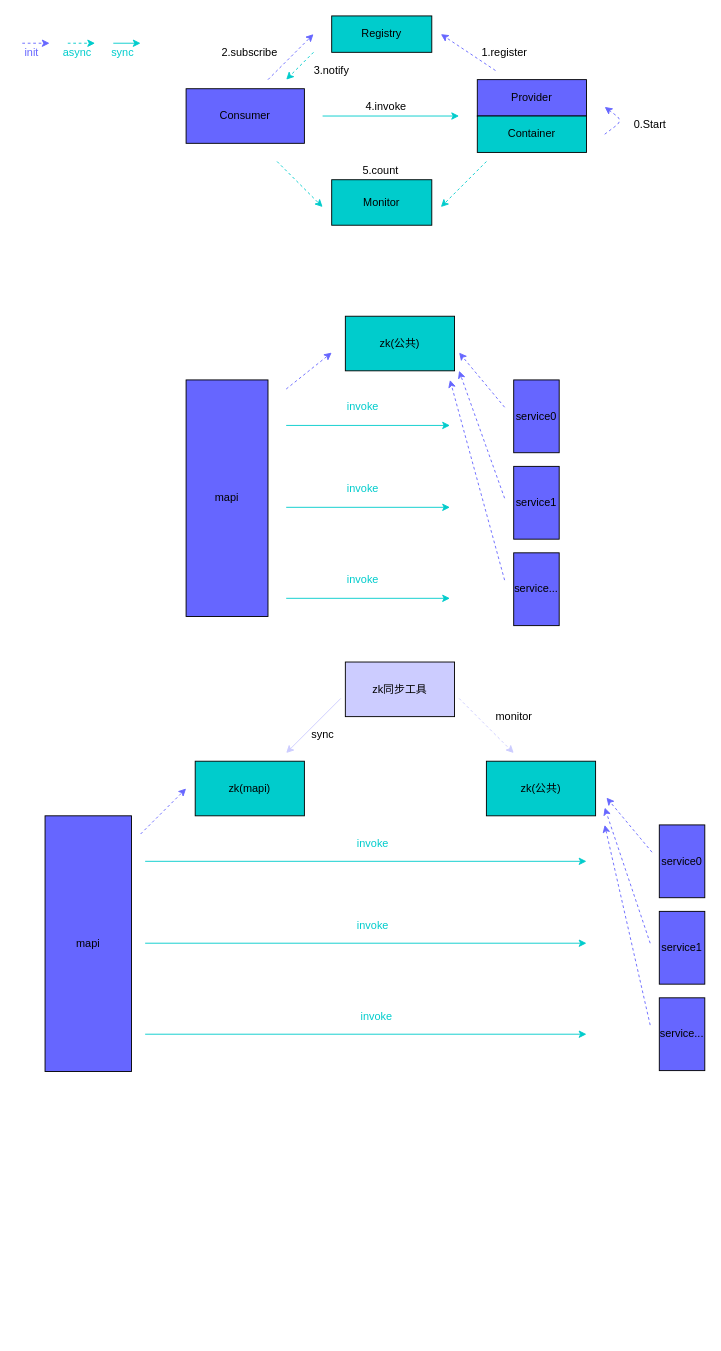
learningInnovativetigers/attemp keeps this draw.io diagram as attempt/Untitled Diagram.drawio. Above is the earlier version. Source tidied: cells renumbered, new cells numbered last; positions are measured from the earlier drawing's top-left corner, leaving out a move shared by most shapes. Both pictures are drawn from the tidied source at 91%, with x=0, y=0 at pixel (17, 15).
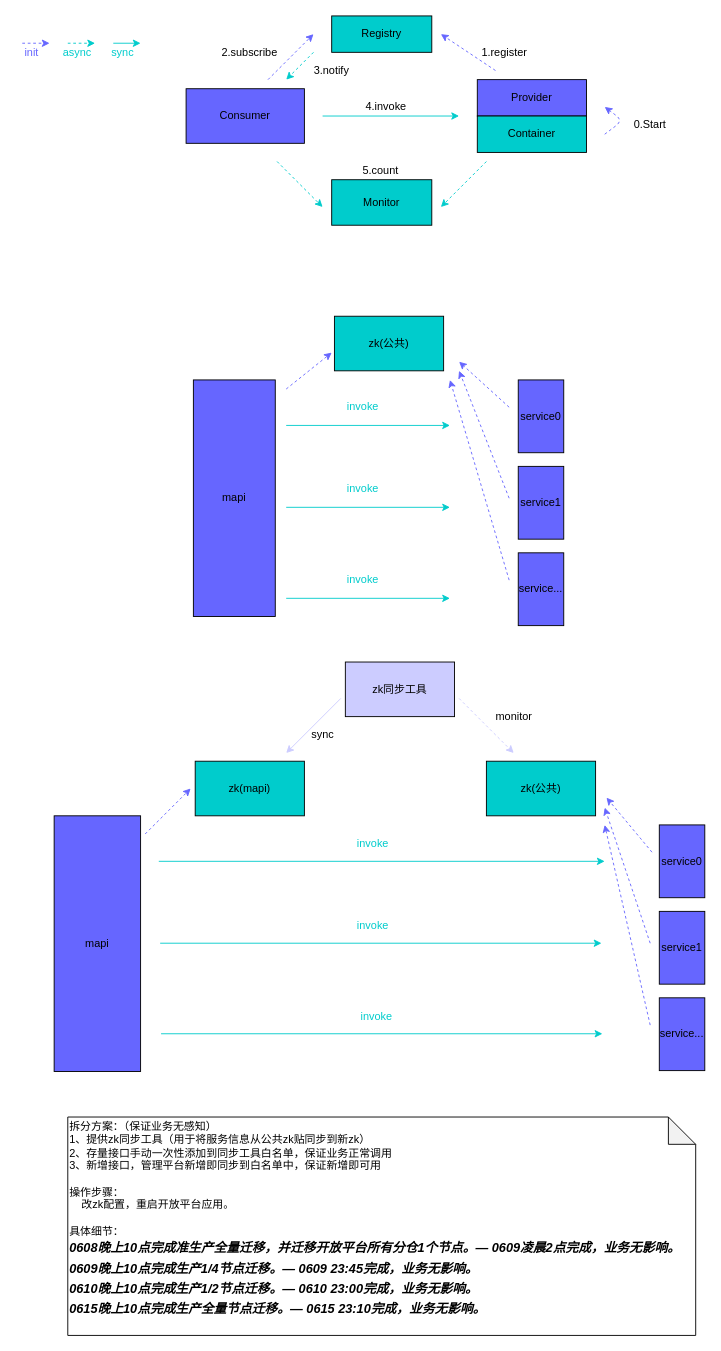
The same diagram, later.

Change to the diagram source:
```diff
@@
     <mxCell id="26" value="mapi" style="whiteSpace=wrap;html=1;fillColor=#6666FF;" parent="1" vertex="1">
-      <mxGeometry x="185" y="400" width="90" height="260" as="geometry" />
+      <mxGeometry x="193" y="400" width="90" height="260" as="geometry" />
     </mxCell>
     <mxCell id="27" value="service0" style="whiteSpace=wrap;html=1;fillColor=#6666FF;" parent="1" vertex="1">
-      <mxGeometry x="545" y="400" width="50" height="80" as="geometry" />
+      <mxGeometry x="550" y="400" width="50" height="80" as="geometry" />
     </mxCell>
     <mxCell id="28" value="service1" style="whiteSpace=wrap;html=1;fillColor=#6666FF;" parent="1" vertex="1">
-      <mxGeometry x="545" y="495" width="50" height="80" as="geometry" />
+      <mxGeometry x="550" y="495" width="50" height="80" as="geometry" />
     </mxCell>
     <mxCell id="29" value="service..." style="whiteSpace=wrap;html=1;fillColor=#6666FF;" parent="1" vertex="1">
-      <mxGeometry x="545" y="590" width="50" height="80" as="geometry" />
+      <mxGeometry x="550" y="590" width="50" height="80" as="geometry" />
     </mxCell>
     <mxCell id="30" value="zk(公共)" style="whiteSpace=wrap;html=1;fillColor=#00CCCC;" parent="1" vertex="1">
-      <mxGeometry x="360" y="330" width="120" height="60" as="geometry" />
+      <mxGeometry x="348" y="330" width="120" height="60" as="geometry" />
     </mxCell>
     <mxCell id="31" style="endArrow=classic;html=1;strokeColor=#6666FF;dashed=1;" parent="1" edge="1">
       <mxGeometry relative="1" as="geometry">
-        <mxPoint x="535" y="430" as="sourcePoint" />
-        <mxPoint x="485" y="370" as="targetPoint" />
+        <mxPoint x="540" y="430" as="sourcePoint" />
+        <mxPoint x="485" y="380" as="targetPoint" />
       </mxGeometry>
     </mxCell>
@@
     <mxCell id="36" style="endArrow=classic;html=1;strokeColor=#6666FF;dashed=1;" parent="1" edge="1">
       <mxGeometry relative="1" as="geometry">
-        <mxPoint x="535" y="530" as="sourcePoint" />
+        <mxPoint x="540" y="530" as="sourcePoint" />
         <mxPoint x="485" y="390" as="targetPoint" />
       </mxGeometry>
     </mxCell>
     <mxCell id="37" style="endArrow=classic;html=1;strokeColor=#6666FF;dashed=1;" parent="1" edge="1">
       <mxGeometry relative="1" as="geometry">
-        <mxPoint x="535" y="620" as="sourcePoint" />
+        <mxPoint x="540" y="620" as="sourcePoint" />
         <mxPoint x="475" y="400" as="targetPoint" />
       </mxGeometry>
     </mxCell>
     <mxCell id="38" value="mapi" style="whiteSpace=wrap;html=1;fillColor=#6666FF;" parent="1" vertex="1">
-      <mxGeometry x="30" y="879" width="95" height="281" as="geometry" />
+      <mxGeometry x="40" y="879" width="95" height="281" as="geometry" />
     </mxCell>
@@
     <mxCell id="44" style="endArrow=classic;html=1;dashed=1;strokeColor=#6666FF;" parent="1" edge="1">
       <mxGeometry relative="1" as="geometry">
-        <mxPoint x="135" y="899" as="sourcePoint" />
-        <mxPoint x="185" y="849" as="targetPoint" />
+        <mxPoint x="140" y="899" as="sourcePoint" />
+        <mxPoint x="190" y="849" as="targetPoint" />
       </mxGeometry>
     </mxCell>
     <mxCell id="45" style="endArrow=classic;html=1;strokeColor=#00CCCC;" parent="1" edge="1">
       <mxGeometry relative="1" as="geometry">
-        <mxPoint x="140" y="929" as="sourcePoint" />
-        <mxPoint x="625" y="929" as="targetPoint" />
+        <mxPoint x="155" y="929" as="sourcePoint" />
+        <mxPoint x="645" y="929" as="targetPoint" />
       </mxGeometry>
     </mxCell>
     <mxCell id="46" style="endArrow=classic;html=1;strokeColor=#00CCCC;" parent="1" edge="1">
       <mxGeometry relative="1" as="geometry">
-        <mxPoint x="140" y="1019" as="sourcePoint" />
-        <mxPoint x="625" y="1019" as="targetPoint" />
+        <mxPoint x="156.5" y="1019" as="sourcePoint" />
+        <mxPoint x="641.5" y="1019" as="targetPoint" />
       </mxGeometry>
     </mxCell>
     <mxCell id="47" style="endArrow=classic;html=1;strokeColor=#00CCCC;" parent="1" edge="1">
       <mxGeometry relative="1" as="geometry">
-        <mxPoint x="140" y="1119" as="sourcePoint" />
-        <mxPoint x="625" y="1119" as="targetPoint" />
+        <mxPoint x="157.5" y="1118.5" as="sourcePoint" />
+        <mxPoint x="642.5" y="1118.5" as="targetPoint" />
       </mxGeometry>
     </mxCell>
@@
+    <mxCell id="62" value="拆分方案：（保证业务无感知）&lt;br&gt;1、提供zk同步工具（用于将服务信息从公共zk贴同步到新zk）&lt;br&gt;2、存量接口手动一次性添加到同步工具白名单，保证业务正常调用&lt;br&gt;&lt;div&gt;&lt;span&gt;3、新增接口，管理平台新增即同步到白名单中，保证新增即可用&lt;/span&gt;&lt;/div&gt;&lt;div&gt;&lt;span&gt;&lt;br&gt;&lt;/span&gt;&lt;/div&gt;&lt;div&gt;&lt;span&gt;操作步骤：&lt;/span&gt;&lt;/div&gt;&lt;div&gt;&lt;span&gt;&amp;nbsp; &amp;nbsp; 改zk配置，重启开放平台应用。&lt;/span&gt;&lt;/div&gt;&lt;div&gt;&lt;span&gt;&lt;br&gt;&lt;/span&gt;&lt;/div&gt;&lt;div&gt;具体细节：&lt;/div&gt;&lt;div&gt;&lt;div style=&quot;font-family: &amp;#34;microsoft yahei ui&amp;#34; ; font-size: 14px ; line-height: 21px ; background-color: rgb(255 , 255 , 255)&quot;&gt;&lt;div style=&quot;font-family: &amp;#34;helvetica&amp;#34; , &amp;#34;helvetica&amp;#34; , , ; line-height: 22.4px&quot;&gt;&lt;em&gt;&lt;strong&gt;0608晚上10点完成准生产全量迁移，并迁移开放平台所有分仓1个节点。— 0609凌晨2点完成，&lt;/strong&gt;&lt;/em&gt;&lt;em&gt;&lt;strong&gt;&lt;font face=&quot;Helvetica, Helvetica, 微软雅黑, 宋体&quot;&gt;业务无影响&lt;/font&gt;&lt;/strong&gt;&lt;/em&gt;&lt;em&gt;&lt;strong&gt;。&lt;/strong&gt;&lt;/em&gt;&lt;/div&gt;&lt;div style=&quot;line-height: 22.4px&quot;&gt;&lt;em&gt;&lt;strong&gt;&lt;font face=&quot;Helvetica, Helvetica, 微软雅黑, 宋体&quot;&gt;0609晚上10点完成生产1/4节点迁移。— 0609 23:45完成，业务无影响。&lt;/font&gt;&lt;/strong&gt;&lt;/em&gt;&lt;/div&gt;&lt;div style=&quot;line-height: 22.4px&quot;&gt;&lt;font face=&quot;Helvetica, Helvetica, 微软雅黑, 宋体&quot;&gt;&lt;b&gt;&lt;i&gt;0610晚上10点完成生产1/2节点迁移。&lt;/i&gt;&lt;/b&gt;&lt;/font&gt;&lt;em style=&quot;font-size: 10.5pt ; line-height: 22.4px ; background-color: transparent&quot;&gt;&lt;strong&gt;&lt;font face=&quot;Helvetica, Helvetica, 微软雅黑, 宋体&quot;&gt;— 0610 23:00完成，&lt;/font&gt;&lt;/strong&gt;&lt;em&gt;&lt;strong&gt;&lt;font face=&quot;Helvetica, Helvetica, 微软雅黑, 宋体&quot;&gt;业务无影响&lt;/font&gt;&lt;/strong&gt;&lt;/em&gt;&lt;strong&gt;&lt;font face=&quot;Helvetica, Helvetica, 微软雅黑, 宋体&quot;&gt;。&lt;/font&gt;&lt;/strong&gt;&lt;/em&gt;&lt;/div&gt;&lt;/div&gt;&lt;div style=&quot;font-family: &amp;#34;microsoft yahei ui&amp;#34; ; font-size: 14px ; line-height: 22.4px ; background-color: rgb(255 , 255 , 255)&quot;&gt;&lt;span class=&quot; classDarkfont&quot; style=&quot;line-height: 22.4px&quot;&gt;&lt;font face=&quot;Helvetica, Helvetica, 微软雅黑, 宋体&quot;&gt;&lt;b&gt;&lt;i&gt;0615晚上10点完成生产全量节点迁移。&lt;/i&gt;&lt;/b&gt;&lt;/font&gt;&lt;/span&gt;&lt;em style=&quot;font-size: 10.5pt ; line-height: 22.4px ; background-color: transparent&quot;&gt;&lt;strong&gt;&lt;font face=&quot;Helvetica, Helvetica, 微软雅黑, 宋体&quot;&gt;— 0615 23:10完成，&lt;/font&gt;&lt;/strong&gt;&lt;em&gt;&lt;strong&gt;&lt;font face=&quot;Helvetica, Helvetica, 微软雅黑, 宋体&quot;&gt;业务无影响&lt;/font&gt;&lt;/strong&gt;&lt;/em&gt;&lt;strong&gt;&lt;font face=&quot;Helvetica, Helvetica, 微软雅黑, 宋体&quot;&gt;。&lt;/font&gt;&lt;/strong&gt;&lt;/em&gt;&lt;/div&gt;&lt;/div&gt;&lt;div&gt;&lt;span&gt;&lt;br&gt;&lt;/span&gt;&lt;/div&gt;" style="shape=note;whiteSpace=wrap;html=1;backgroundOutline=1;darkOpacity=0.05;align=left;" parent="1" vertex="1">
+      <mxGeometry x="55" y="1210" width="690" height="240" as="geometry" />
+    </mxCell>
```
